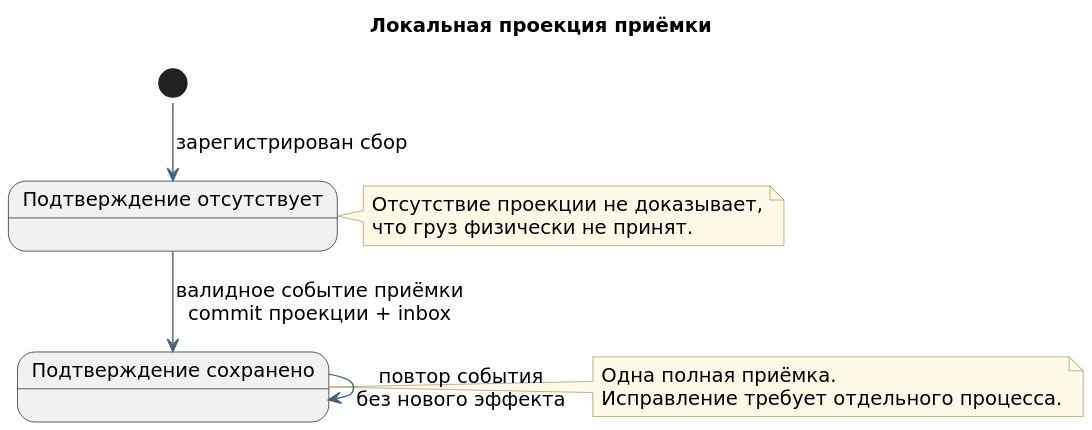
Before: agritech/diagrams/rendered/states.svg, a diagram exported from PlantUML (spicerrr/sa-portfolio).
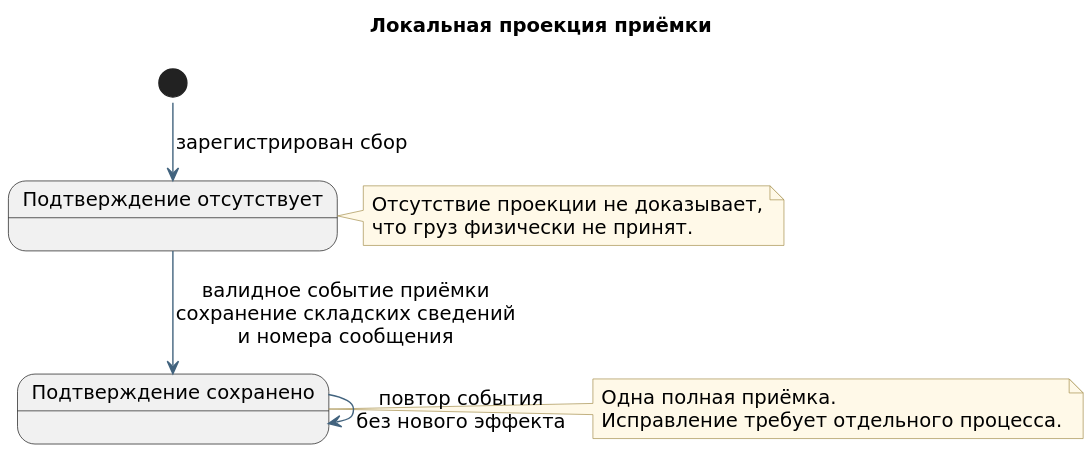
The same file after the commit.

What changed in the source:
```diff
@@ -16,7 +16,7 @@
 state "Подтверждение отсутствует" as NO_RECEIPT
 state "Подтверждение сохранено" as HAS_RECEIPT
 [*] --> NO_RECEIPT : зарегистрирован сбор
-NO_RECEIPT --> HAS_RECEIPT : валидное событие приёмки\ncommit проекции + inbox
+NO_RECEIPT --> HAS_RECEIPT : валидное событие приёмки\nсохранение складских сведений\nи номера сообщения
 HAS_RECEIPT --> HAS_RECEIPT : повтор события\nбез нового эффекта
 note right of NO_RECEIPT
 Отсутствие проекции не доказывает,
```
